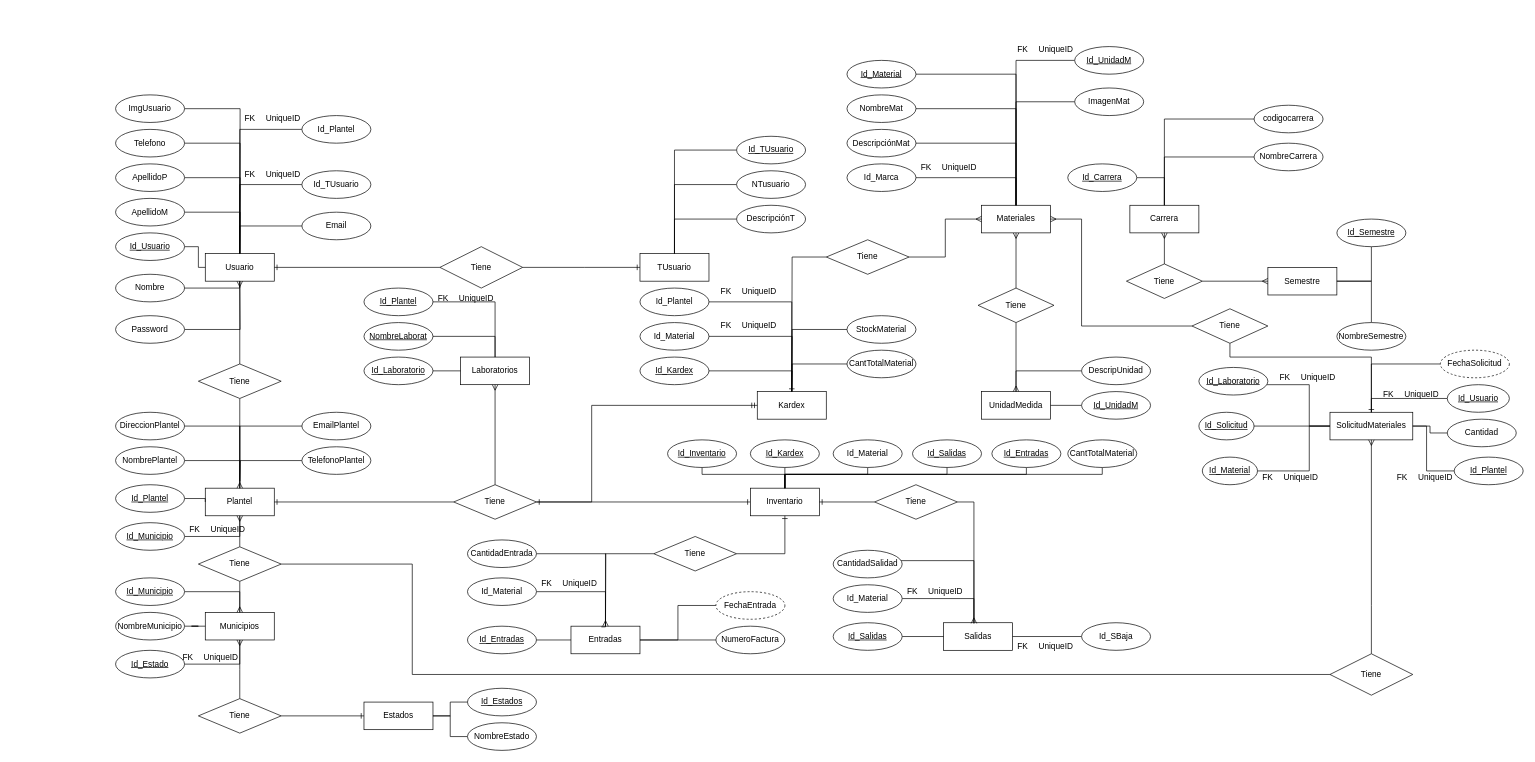
Above: page "Modelo_Entidad_Relacion" (1 of 2) of SistemBd/Mysql/Diagrama sin título.drawio in JlchavezG/ContruccionBd (draw.io), before the change. Source tidied: cells renumbered, new cells numbered last; positions are measured from the earlier drawing's top-left corner, leaving out a move shared by most shapes. Both pictures are drawn from the tidied source at 69%, with x=0, y=0 at pixel (115, 39).
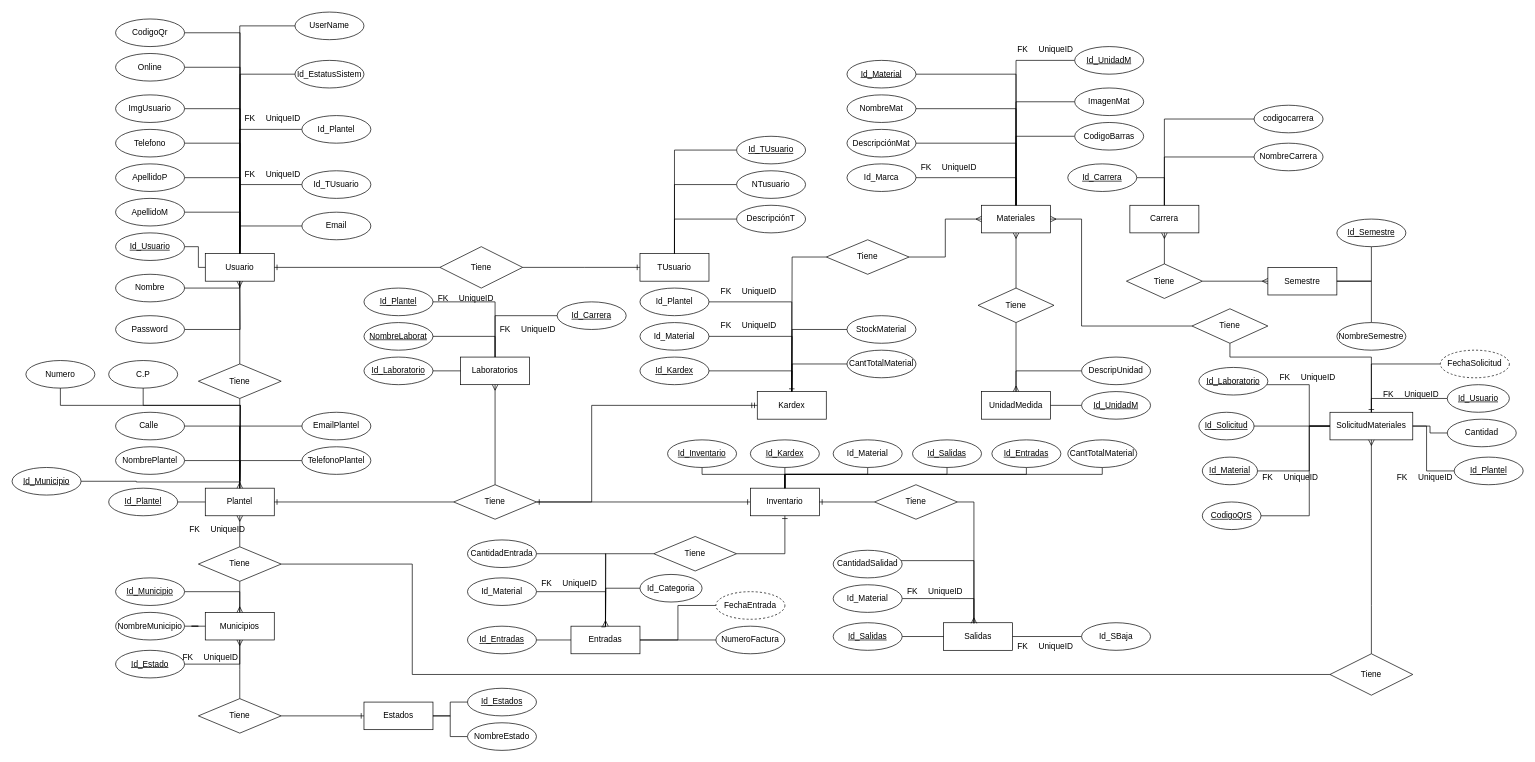
Above is the later version.

Commit message:
Actualizar Sustema de almacen.drawio

The change refers to these unchanged cells:
```xml
<mxCell id="2" value="Usuario" style="whiteSpace=wrap;html=1;align=center;" parent="1" vertex="1">
  <mxGeometry x="130" y="310" width="100" height="40" as="geometry" />
</mxCell>
<mxCell id="56" value="Plantel" style="whiteSpace=wrap;html=1;align=center;" parent="1" vertex="1">
  <mxGeometry x="130" y="650" width="100" height="40" as="geometry" />
</mxCell>
<mxCell id="70" value="Laboratorios" style="whiteSpace=wrap;html=1;align=center;" parent="1" vertex="1">
  <mxGeometry x="500" y="460" width="100" height="40" as="geometry" />
</mxCell>
<mxCell id="85" value="Materiales" style="whiteSpace=wrap;html=1;align=center;" parent="1" vertex="1">
  <mxGeometry x="1255" y="240" width="100" height="40" as="geometry" />
</mxCell>
<mxCell id="211" value="SolicitudMateriales" style="whiteSpace=wrap;html=1;align=center;" parent="1" vertex="1">
  <mxGeometry x="1760" y="540" width="120" height="40" as="geometry" />
</mxCell>
```

What changed in the source:
```diff
@@
     <mxCell id="58" value="Id_Plantel" style="ellipse;whiteSpace=wrap;html=1;align=center;fontStyle=4;" parent="1" vertex="1">
-      <mxGeometry y="645" width="100" height="40" as="geometry" />
+      <mxGeometry x="-10" y="650" width="100" height="40" as="geometry" />
     </mxCell>
@@
-    <mxCell id="62" value="DireccionPlantel" style="ellipse;whiteSpace=wrap;html=1;align=center;" parent="1" vertex="1">
+    <mxCell id="62" value="Calle&amp;nbsp;" style="ellipse;whiteSpace=wrap;html=1;align=center;" parent="1" vertex="1">
       <mxGeometry y="540" width="100" height="40" as="geometry" />
     </mxCell>
@@
-    <mxCell id="171" style="edgeStyle=orthogonalEdgeStyle;rounded=0;jettySize=auto;html=1;entryX=0.5;entryY=1;entryDx=0;entryDy=0;endArrow=none;endFill=0;" parent="1" edge="1" source="172" target="56">
-      <mxGeometry relative="1" as="geometry" />
+    <mxCell id="171" style="edgeStyle=orthogonalEdgeStyle;rounded=0;jettySize=auto;html=1;endArrow=none;endFill=0;entryX=0.5;entryY=0;entryDx=0;entryDy=0;" parent="1" edge="1" source="172" target="56">
+      <mxGeometry relative="1" as="geometry">
+        <Array as="points">
+          <mxPoint x="30" y="640" />
+          <mxPoint x="30" y="641" />
+          <mxPoint x="180" y="641" />
+        </Array>
+      </mxGeometry>
     </mxCell>
     <mxCell id="172" value="Id_Municipio" style="ellipse;whiteSpace=wrap;html=1;align=center;fontStyle=4;" parent="1" vertex="1">
-      <mxGeometry y="700" width="100" height="40" as="geometry" />
+      <mxGeometry x="-150" y="620" width="100" height="40" as="geometry" />
     </mxCell>
@@
+    <mxCell id="253" style="edgeStyle=orthogonalEdgeStyle;rounded=0;jettySize=auto;html=1;endArrow=none;endFill=0;" parent="1" edge="1" source="254">
+      <mxGeometry relative="1" as="geometry">
+        <mxPoint x="180" y="300" as="targetPoint" />
+      </mxGeometry>
+    </mxCell>
+    <mxCell id="254" value="Id_EstatusSistem" style="ellipse;whiteSpace=wrap;html=1;align=center;" parent="1" vertex="1">
+      <mxGeometry x="260" y="30" width="100" height="40" as="geometry" />
+    </mxCell>
+    <mxCell id="255" style="edgeStyle=orthogonalEdgeStyle;rounded=0;jettySize=auto;html=1;endArrow=none;endFill=0;" parent="1" edge="1" source="256">
+      <mxGeometry relative="1" as="geometry">
+        <mxPoint x="180" y="310" as="targetPoint" />
+      </mxGeometry>
+    </mxCell>
+    <mxCell id="256" value="Online" style="ellipse;whiteSpace=wrap;html=1;align=center;" parent="1" vertex="1">
+      <mxGeometry y="20" width="100" height="40" as="geometry" />
+    </mxCell>
+    <mxCell id="257" style="edgeStyle=orthogonalEdgeStyle;rounded=0;jettySize=auto;html=1;entryX=0.5;entryY=0;entryDx=0;entryDy=0;endArrow=none;endFill=0;" parent="1" edge="1" source="258" target="2">
+      <mxGeometry relative="1" as="geometry" />
+    </mxCell>
+    <mxCell id="258" value="UserName" style="ellipse;whiteSpace=wrap;html=1;align=center;" parent="1" vertex="1">
+      <mxGeometry x="260" y="-40" width="100" height="40" as="geometry" />
+    </mxCell>
+    <mxCell id="259" style="edgeStyle=orthogonalEdgeStyle;rounded=0;jettySize=auto;html=1;endArrow=none;endFill=0;" parent="1" edge="1" source="260">
+      <mxGeometry relative="1" as="geometry">
+        <mxPoint x="180" y="640" as="targetPoint" />
+        <Array as="points">
+          <mxPoint x="181" y="530" />
+        </Array>
+      </mxGeometry>
+    </mxCell>
+    <mxCell id="260" value="Numero" style="ellipse;whiteSpace=wrap;html=1;align=center;" parent="1" vertex="1">
+      <mxGeometry x="-130" y="465" width="100" height="40" as="geometry" />
+    </mxCell>
+    <mxCell id="261" style="edgeStyle=orthogonalEdgeStyle;rounded=0;jettySize=auto;html=1;endArrow=none;endFill=0;" parent="1" edge="1" source="262">
+      <mxGeometry relative="1" as="geometry">
+        <mxPoint x="180" y="640" as="targetPoint" />
+        <Array as="points">
+          <mxPoint x="40" y="530" />
+          <mxPoint x="181" y="530" />
+        </Array>
+      </mxGeometry>
+    </mxCell>
+    <mxCell id="262" value="C.P" style="ellipse;whiteSpace=wrap;html=1;align=center;" parent="1" vertex="1">
+      <mxGeometry x="-10" y="465" width="100" height="40" as="geometry" />
+    </mxCell>
+    <mxCell id="263" style="edgeStyle=orthogonalEdgeStyle;rounded=0;jettySize=auto;html=1;entryX=0.5;entryY=0;entryDx=0;entryDy=0;endArrow=none;endFill=0;" parent="1" edge="1" source="264" target="70">
+      <mxGeometry relative="1" as="geometry" />
+    </mxCell>
+    <mxCell id="264" value="Id_Carrera" style="ellipse;whiteSpace=wrap;html=1;align=center;fontStyle=4;" parent="1" vertex="1">
+      <mxGeometry x="640" y="380" width="100" height="40" as="geometry" />
+    </mxCell>
+    <mxCell id="265" style="shape=table;startSize=0;childLayout=tableLayout;rowLines=0;fontStyle=0;align=center;strokeColor=none;fillColor=none;" parent="1" vertex="1">
+      <mxGeometry x="550" y="405" width="180" height="30" as="geometry" />
+    </mxCell>
+    <mxCell id="266" style="shape=tableRow;horizontal=0;startSize=0;swimlaneHead=0;swimlaneBody=0;fillColor=none;top=0;left=0;right=0;bottom=0;" parent="265" vertex="1">
+      <mxGeometry width="180" height="30" as="geometry" />
+    </mxCell>
+    <mxCell id="267" value="FK" style="shape=partialRectangle;fillColor=none;top=0;left=0;bottom=0;right=0;fontStyle=0;overflow=hidden;whiteSpace=wrap;html=1;" parent="266" vertex="1">
+      <mxGeometry width="30" height="30" as="geometry" />
+    </mxCell>
+    <mxCell id="268" value="UniqueID" style="shape=partialRectangle;fillColor=none;top=0;left=0;bottom=0;right=0;align=left;spacingLeft=6;fontStyle=0;overflow=hidden;whiteSpace=wrap;html=1;" parent="266" vertex="1">
+      <mxGeometry x="30" width="150" height="30" as="geometry" />
+    </mxCell>
+    <mxCell id="269" style="edgeStyle=orthogonalEdgeStyle;rounded=0;jettySize=auto;html=1;exitX=0;exitY=0.5;exitDx=0;exitDy=0;endArrow=none;endFill=0;" parent="1" edge="1" source="270">
+      <mxGeometry relative="1" as="geometry">
+        <mxPoint x="710" y="850" as="targetPoint" />
+      </mxGeometry>
+    </mxCell>
+    <mxCell id="270" value="Id_Categoria" style="ellipse;whiteSpace=wrap;html=1;align=center;" parent="1" vertex="1">
+      <mxGeometry x="760" y="775" width="90" height="40" as="geometry" />
+    </mxCell>
+    <mxCell id="271" style="edgeStyle=orthogonalEdgeStyle;rounded=0;jettySize=auto;html=1;endArrow=none;endFill=0;" parent="1" edge="1" source="272">
+      <mxGeometry relative="1" as="geometry">
+        <mxPoint x="180" y="310" as="targetPoint" />
+      </mxGeometry>
+    </mxCell>
+    <mxCell id="272" value="CodigoQr" style="ellipse;whiteSpace=wrap;html=1;align=center;" parent="1" vertex="1">
+      <mxGeometry y="-30" width="100" height="40" as="geometry" />
+    </mxCell>
+    <mxCell id="273" style="edgeStyle=orthogonalEdgeStyle;rounded=0;jettySize=auto;html=1;entryX=0.5;entryY=0;entryDx=0;entryDy=0;endArrow=none;endFill=0;" parent="1" edge="1" source="274" target="85">
+      <mxGeometry relative="1" as="geometry" />
+    </mxCell>
+    <mxCell id="274" value="CodigoBarras" style="ellipse;whiteSpace=wrap;html=1;align=center;" parent="1" vertex="1">
+      <mxGeometry x="1390" y="120" width="100" height="40" as="geometry" />
+    </mxCell>
+    <mxCell id="275" style="edgeStyle=orthogonalEdgeStyle;rounded=0;jettySize=auto;html=1;entryX=0;entryY=0.5;entryDx=0;entryDy=0;endArrow=none;endFill=0;" parent="1" edge="1" source="276" target="211">
+      <mxGeometry relative="1" as="geometry">
+        <Array as="points">
+          <mxPoint x="1730" y="690" />
+          <mxPoint x="1730" y="560" />
+        </Array>
+      </mxGeometry>
+    </mxCell>
+    <mxCell id="276" value="CodigoQrS" style="ellipse;whiteSpace=wrap;html=1;align=center;fontStyle=4;" parent="1" vertex="1">
+      <mxGeometry x="1575" y="670" width="85" height="40" as="geometry" />
+    </mxCell>
```
